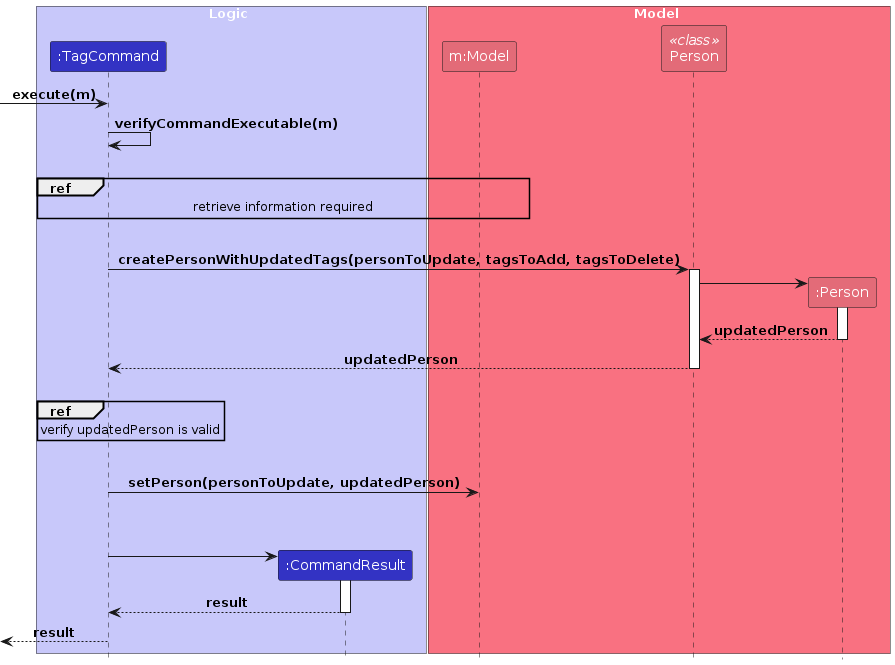
This is diagrams/tag-feature/ExecuteSequenceDiagram.png from yucongkoo/tp, a PlantUML export, as it was before one commit. Its source is kept beside it as diagrams/tag-feature/ExecuteSequenceDiagram.puml.
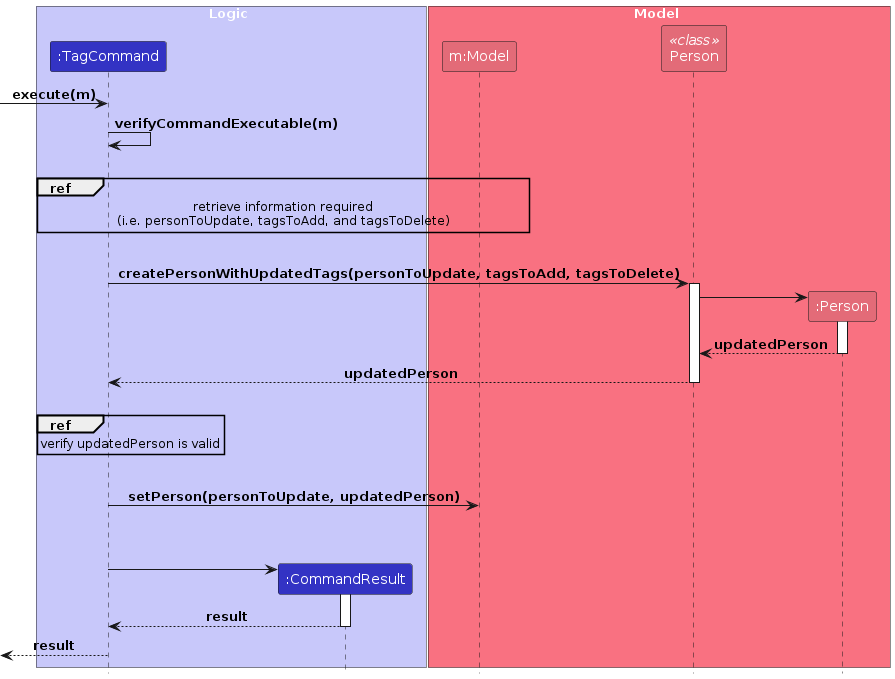
Above is the later version.

The edit, as a diff of the source:
```diff
@@ -16,7 +16,7 @@
 
 TagCommand -> TagCommand: verifyCommandExecutable(m)
 |||
-ref over TagCommand, Model: retrieve information required
+ref over TagCommand, Model: retrieve information required\n(i.e. personToUpdate, tagsToAdd, and tagsToDelete)
 |||
 
 TagCommand -> PersonClass: createPersonWithUpdatedTags(personToUpdate, tagsToAdd, tagsToDelete)
```
